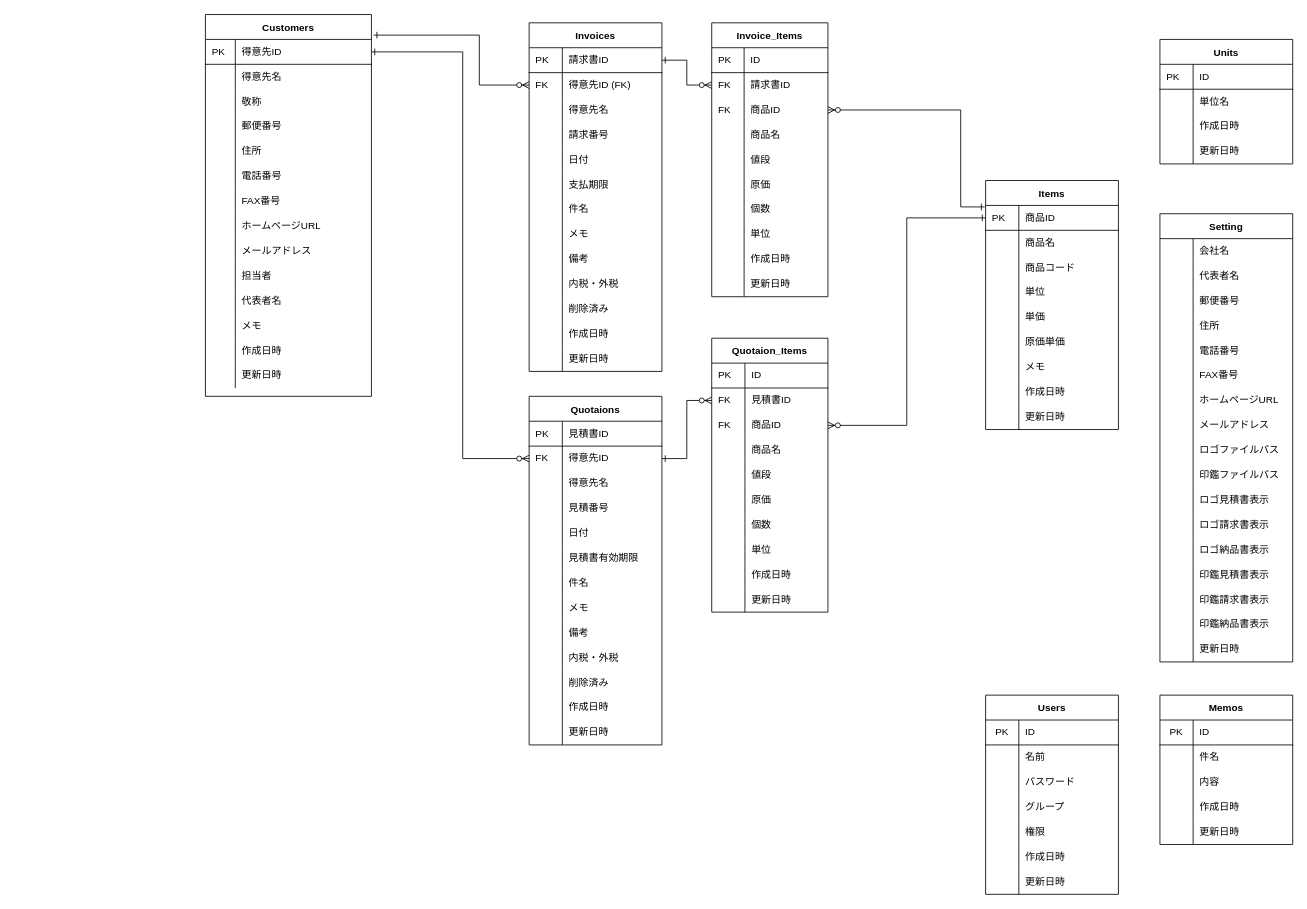
This is soho_er.dio from gamasenninn/caddie-clone, a draw.io file, before an edit. Source tidied: cells renumbered, new cells numbered last; positions are measured from the earlier drawing's top-left corner, leaving out a move shared by most shapes. Both pictures are drawn from the tidied source at 83%, with x=0, y=0 at pixel (205, 14).
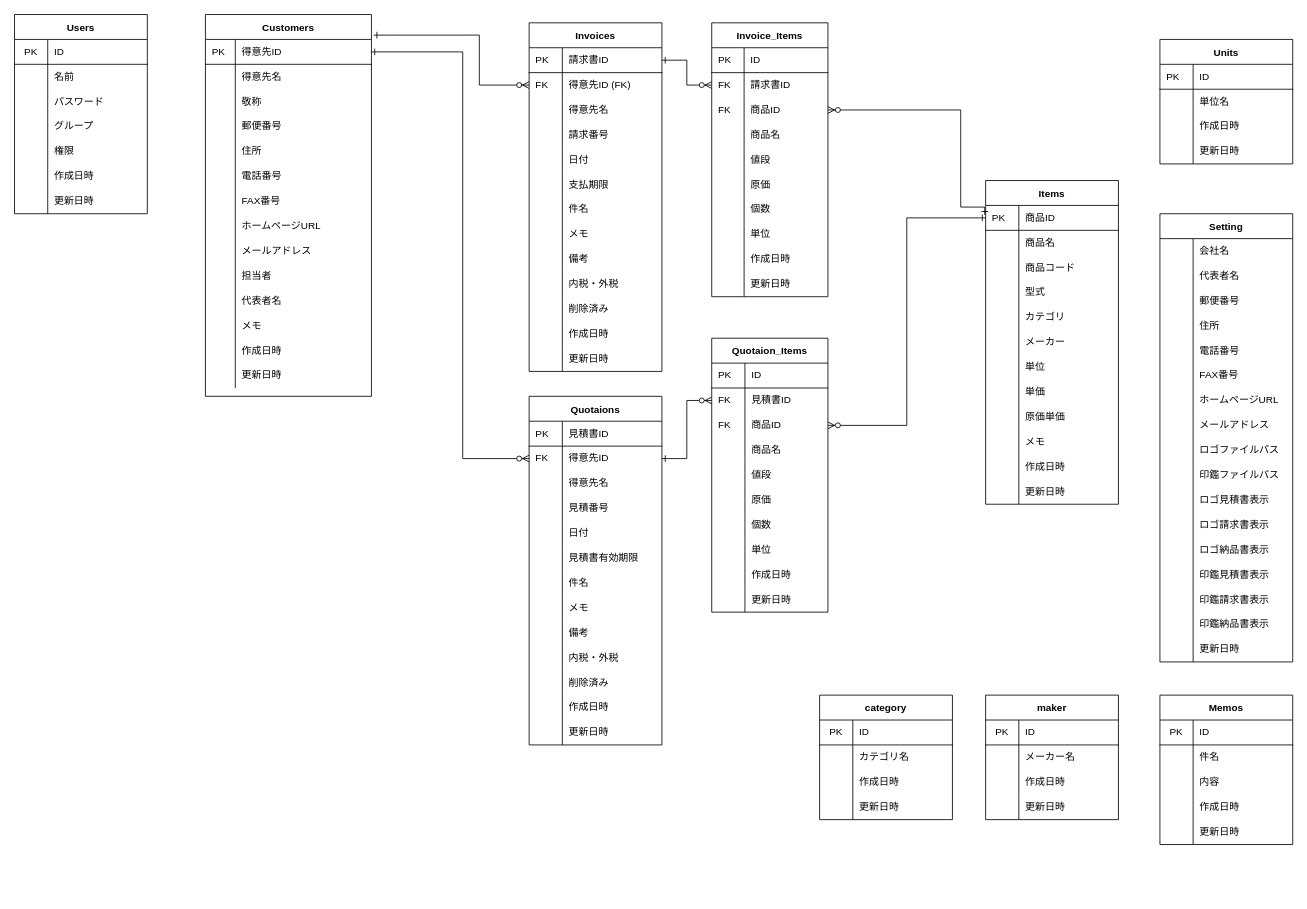
The same page after the edit.

Commit message (it also covers changes not shown here):
商品テーブルにカラム追加。カテゴリ・メーカーテーブルの作成。

Change to the diagram source:
```diff
@@
     <mxCell id="45" value="Items" style="shape=table;startSize=30;childLayout=tableLayout;rowLines=0;fontStyle=1;align=center;" parent="1" vertex="1">
-      <mxGeometry x="940" y="200" width="160" height="300" as="geometry" />
+      <mxGeometry x="940" y="200" width="160" height="390" as="geometry" />
     </mxCell>
@@
+    <mxCell id="324" style="shape=partialRectangle;html=1;whiteSpace=wrap;fillColor=none;top=0;left=0;bottom=0;right=0;" parent="45" vertex="1">
+      <mxGeometry y="120" width="160" height="30" as="geometry" />
+    </mxCell>
+    <mxCell id="325" style="shape=partialRectangle;html=1;whiteSpace=wrap;fillColor=none;top=0;left=0;bottom=0;right=0;align=left;spacingLeft=6;overflow=hidden;" parent="324" vertex="1">
+      <mxGeometry width="40" height="30" as="geometry" />
+    </mxCell>
+    <mxCell id="326" value="型式" style="shape=partialRectangle;html=1;whiteSpace=wrap;fillColor=none;top=0;left=0;bottom=0;right=0;align=left;spacingLeft=6;overflow=hidden;" parent="324" vertex="1">
+      <mxGeometry x="40" width="120" height="30" as="geometry" />
+    </mxCell>
+    <mxCell id="327" style="shape=partialRectangle;html=1;whiteSpace=wrap;fillColor=none;top=0;left=0;bottom=0;right=0;" parent="45" vertex="1">
+      <mxGeometry y="150" width="160" height="30" as="geometry" />
+    </mxCell>
+    <mxCell id="328" style="shape=partialRectangle;html=1;whiteSpace=wrap;fillColor=none;top=0;left=0;bottom=0;right=0;align=left;spacingLeft=6;overflow=hidden;" parent="327" vertex="1">
+      <mxGeometry width="40" height="30" as="geometry" />
+    </mxCell>
+    <mxCell id="329" value="カテゴリ" style="shape=partialRectangle;html=1;whiteSpace=wrap;fillColor=none;top=0;left=0;bottom=0;right=0;align=left;spacingLeft=6;overflow=hidden;" parent="327" vertex="1">
+      <mxGeometry x="40" width="120" height="30" as="geometry" />
+    </mxCell>
+    <mxCell id="330" style="shape=partialRectangle;html=1;whiteSpace=wrap;fillColor=none;top=0;left=0;bottom=0;right=0;" parent="45" vertex="1">
+      <mxGeometry y="180" width="160" height="30" as="geometry" />
+    </mxCell>
+    <mxCell id="331" style="shape=partialRectangle;html=1;whiteSpace=wrap;fillColor=none;top=0;left=0;bottom=0;right=0;align=left;spacingLeft=6;overflow=hidden;" parent="330" vertex="1">
+      <mxGeometry width="40" height="30" as="geometry" />
+    </mxCell>
+    <mxCell id="332" value="メーカー" style="shape=partialRectangle;html=1;whiteSpace=wrap;fillColor=none;top=0;left=0;bottom=0;right=0;align=left;spacingLeft=6;overflow=hidden;" parent="330" vertex="1">
+      <mxGeometry x="40" width="120" height="30" as="geometry" />
+    </mxCell>
     <mxCell id="55" style="shape=partialRectangle;html=1;whiteSpace=wrap;fillColor=none;top=0;left=0;bottom=0;right=0;" parent="45" vertex="1">
-      <mxGeometry y="120" width="160" height="30" as="geometry" />
+      <mxGeometry y="210" width="160" height="30" as="geometry" />
     </mxCell>
@@
     <mxCell id="58" style="shape=partialRectangle;html=1;whiteSpace=wrap;fillColor=none;top=0;left=0;bottom=0;right=0;" parent="45" vertex="1">
-      <mxGeometry y="150" width="160" height="30" as="geometry" />
+      <mxGeometry y="240" width="160" height="30" as="geometry" />
     </mxCell>
@@
     <mxCell id="61" style="shape=partialRectangle;html=1;whiteSpace=wrap;fillColor=none;top=0;left=0;bottom=0;right=0;" parent="45" vertex="1">
-      <mxGeometry y="180" width="160" height="30" as="geometry" />
+      <mxGeometry y="270" width="160" height="30" as="geometry" />
     </mxCell>
@@
     <mxCell id="64" style="shape=partialRectangle;html=1;whiteSpace=wrap;fillColor=none;top=0;left=0;bottom=0;right=0;" parent="45" vertex="1">
-      <mxGeometry y="210" width="160" height="30" as="geometry" />
+      <mxGeometry y="300" width="160" height="30" as="geometry" />
     </mxCell>
@@
     <mxCell id="67" style="shape=partialRectangle;html=1;whiteSpace=wrap;fillColor=none;top=0;left=0;bottom=0;right=0;" parent="45" vertex="1">
-      <mxGeometry y="240" width="160" height="30" as="geometry" />
+      <mxGeometry y="330" width="160" height="30" as="geometry" />
     </mxCell>
@@
     <mxCell id="70" style="shape=partialRectangle;html=1;whiteSpace=wrap;fillColor=none;top=0;left=0;bottom=0;right=0;" parent="45" vertex="1">
-      <mxGeometry y="270" width="160" height="30" as="geometry" />
+      <mxGeometry y="360" width="160" height="30" as="geometry" />
     </mxCell>
@@
     <mxCell id="302" value="Users" style="shape=table;startSize=30;childLayout=tableLayout;rowLines=0;fontStyle=1;align=center;" parent="1" vertex="1">
-      <mxGeometry x="940" y="820" width="160" height="240" as="geometry" />
+      <mxGeometry x="-230" width="160" height="240" as="geometry" />
     </mxCell>
@@
+    <mxCell id="333" value="maker" style="shape=table;startSize=30;childLayout=tableLayout;rowLines=0;fontStyle=1;align=center;" parent="1" vertex="1">
+      <mxGeometry x="940" y="820" width="160" height="150" as="geometry" />
+    </mxCell>
+    <mxCell id="334" style="shape=partialRectangle;html=1;whiteSpace=wrap;fillColor=none;top=0;left=0;bottom=1;right=0;" parent="333" vertex="1">
+      <mxGeometry y="30" width="160" height="30" as="geometry" />
+    </mxCell>
+    <mxCell id="335" value="PK" style="shape=partialRectangle;html=1;whiteSpace=wrap;fillColor=none;top=0;left=0;bottom=0;right=0;overflow=hidden;" parent="334" vertex="1">
+      <mxGeometry width="40" height="30" as="geometry" />
+    </mxCell>
+    <mxCell id="336" value="ID" style="shape=partialRectangle;html=1;whiteSpace=wrap;fillColor=none;top=0;left=0;bottom=0;right=0;align=left;spacingLeft=6;overflow=hidden;" parent="334" vertex="1">
+      <mxGeometry x="40" width="120" height="30" as="geometry" />
+    </mxCell>
+    <mxCell id="337" style="shape=partialRectangle;html=1;whiteSpace=wrap;fillColor=none;top=0;left=0;bottom=0;right=0;" parent="333" vertex="1">
+      <mxGeometry y="60" width="160" height="30" as="geometry" />
+    </mxCell>
+    <mxCell id="338" style="shape=partialRectangle;html=1;whiteSpace=wrap;fillColor=none;top=0;left=0;bottom=0;right=0;overflow=hidden;" parent="337" vertex="1">
+      <mxGeometry width="40" height="30" as="geometry" />
+    </mxCell>
+    <mxCell id="339" value="メーカー名" style="shape=partialRectangle;html=1;whiteSpace=wrap;fillColor=none;top=0;left=0;bottom=0;right=0;align=left;spacingLeft=6;overflow=hidden;" parent="337" vertex="1">
+      <mxGeometry x="40" width="120" height="30" as="geometry" />
+    </mxCell>
+    <mxCell id="340" style="shape=partialRectangle;html=1;whiteSpace=wrap;fillColor=none;top=0;left=0;bottom=0;right=0;" parent="333" vertex="1">
+      <mxGeometry y="90" width="160" height="30" as="geometry" />
+    </mxCell>
+    <mxCell id="341" style="shape=partialRectangle;html=1;whiteSpace=wrap;fillColor=none;top=0;left=0;bottom=0;right=0;overflow=hidden;" parent="340" vertex="1">
+      <mxGeometry width="40" height="30" as="geometry" />
+    </mxCell>
+    <mxCell id="342" value="作成日時" style="shape=partialRectangle;html=1;whiteSpace=wrap;fillColor=none;top=0;left=0;bottom=0;right=0;align=left;spacingLeft=6;overflow=hidden;" parent="340" vertex="1">
+      <mxGeometry x="40" width="120" height="30" as="geometry" />
+    </mxCell>
+    <mxCell id="343" style="shape=partialRectangle;html=1;whiteSpace=wrap;fillColor=none;top=0;left=0;bottom=0;right=0;" parent="333" vertex="1">
+      <mxGeometry y="120" width="160" height="30" as="geometry" />
+    </mxCell>
+    <mxCell id="344" style="shape=partialRectangle;html=1;whiteSpace=wrap;fillColor=none;top=0;left=0;bottom=0;right=0;overflow=hidden;" parent="343" vertex="1">
+      <mxGeometry width="40" height="30" as="geometry" />
+    </mxCell>
+    <mxCell id="345" value="更新日時" style="shape=partialRectangle;html=1;whiteSpace=wrap;fillColor=none;top=0;left=0;bottom=0;right=0;align=left;spacingLeft=6;overflow=hidden;" parent="343" vertex="1">
+      <mxGeometry x="40" width="120" height="30" as="geometry" />
+    </mxCell>
+    <mxCell id="346" value="category" style="shape=table;startSize=30;childLayout=tableLayout;rowLines=0;fontStyle=1;align=center;" parent="1" vertex="1">
+      <mxGeometry x="740" y="820" width="160" height="150" as="geometry" />
+    </mxCell>
+    <mxCell id="347" style="shape=partialRectangle;html=1;whiteSpace=wrap;fillColor=none;top=0;left=0;bottom=1;right=0;" parent="346" vertex="1">
+      <mxGeometry y="30" width="160" height="30" as="geometry" />
+    </mxCell>
+    <mxCell id="348" value="PK" style="shape=partialRectangle;html=1;whiteSpace=wrap;fillColor=none;top=0;left=0;bottom=0;right=0;overflow=hidden;" parent="347" vertex="1">
+      <mxGeometry width="40" height="30" as="geometry" />
+    </mxCell>
+    <mxCell id="349" value="ID" style="shape=partialRectangle;html=1;whiteSpace=wrap;fillColor=none;top=0;left=0;bottom=0;right=0;align=left;spacingLeft=6;overflow=hidden;" parent="347" vertex="1">
+      <mxGeometry x="40" width="120" height="30" as="geometry" />
+    </mxCell>
+    <mxCell id="350" style="shape=partialRectangle;html=1;whiteSpace=wrap;fillColor=none;top=0;left=0;bottom=0;right=0;" parent="346" vertex="1">
+      <mxGeometry y="60" width="160" height="30" as="geometry" />
+    </mxCell>
+    <mxCell id="351" style="shape=partialRectangle;html=1;whiteSpace=wrap;fillColor=none;top=0;left=0;bottom=0;right=0;overflow=hidden;" parent="350" vertex="1">
+      <mxGeometry width="40" height="30" as="geometry" />
+    </mxCell>
+    <mxCell id="352" value="カテゴリ名" style="shape=partialRectangle;html=1;whiteSpace=wrap;fillColor=none;top=0;left=0;bottom=0;right=0;align=left;spacingLeft=6;overflow=hidden;" parent="350" vertex="1">
+      <mxGeometry x="40" width="120" height="30" as="geometry" />
+    </mxCell>
+    <mxCell id="353" style="shape=partialRectangle;html=1;whiteSpace=wrap;fillColor=none;top=0;left=0;bottom=0;right=0;" parent="346" vertex="1">
+      <mxGeometry y="90" width="160" height="30" as="geometry" />
+    </mxCell>
+    <mxCell id="354" style="shape=partialRectangle;html=1;whiteSpace=wrap;fillColor=none;top=0;left=0;bottom=0;right=0;overflow=hidden;" parent="353" vertex="1">
+      <mxGeometry width="40" height="30" as="geometry" />
+    </mxCell>
+    <mxCell id="355" value="作成日時" style="shape=partialRectangle;html=1;whiteSpace=wrap;fillColor=none;top=0;left=0;bottom=0;right=0;align=left;spacingLeft=6;overflow=hidden;" parent="353" vertex="1">
+      <mxGeometry x="40" width="120" height="30" as="geometry" />
+    </mxCell>
+    <mxCell id="356" style="shape=partialRectangle;html=1;whiteSpace=wrap;fillColor=none;top=0;left=0;bottom=0;right=0;" parent="346" vertex="1">
+      <mxGeometry y="120" width="160" height="30" as="geometry" />
+    </mxCell>
+    <mxCell id="357" style="shape=partialRectangle;html=1;whiteSpace=wrap;fillColor=none;top=0;left=0;bottom=0;right=0;overflow=hidden;" parent="356" vertex="1">
+      <mxGeometry width="40" height="30" as="geometry" />
+    </mxCell>
+    <mxCell id="358" value="更新日時" style="shape=partialRectangle;html=1;whiteSpace=wrap;fillColor=none;top=0;left=0;bottom=0;right=0;align=left;spacingLeft=6;overflow=hidden;" parent="356" vertex="1">
+      <mxGeometry x="40" width="120" height="30" as="geometry" />
+    </mxCell>
```
